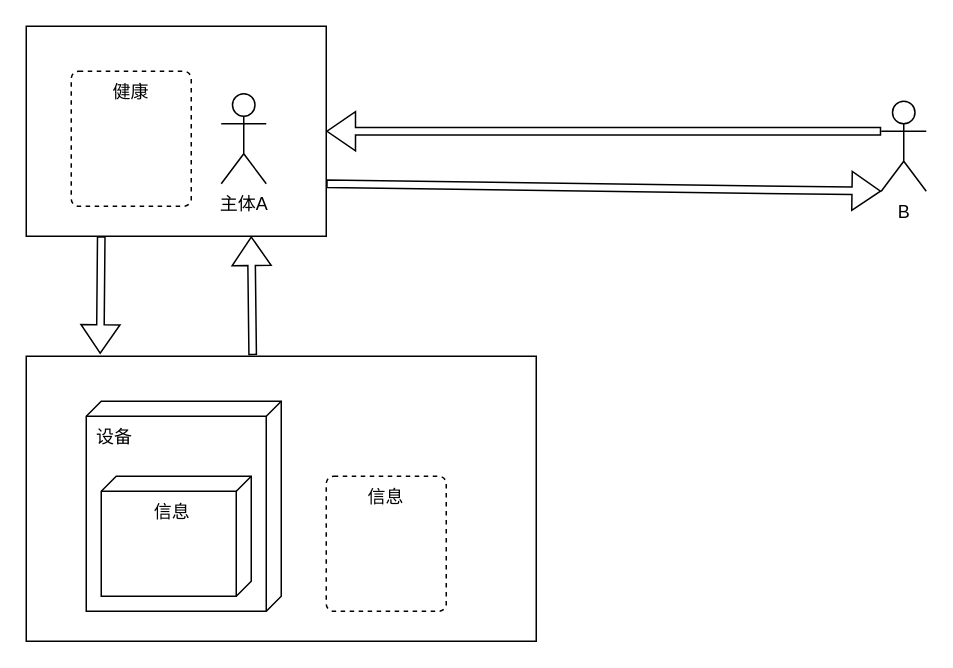
GreenTee-color/Documents keeps this draw.io diagram as DSL.drawio. Above is the earlier version. Source tidied: cells renumbered, new cells numbered last; positions are measured from the earlier drawing's top-left corner, leaving out a move shared by most shapes. Both pictures are drawn from the tidied source at 150%, with x=0, y=0 at pixel (26, 26).
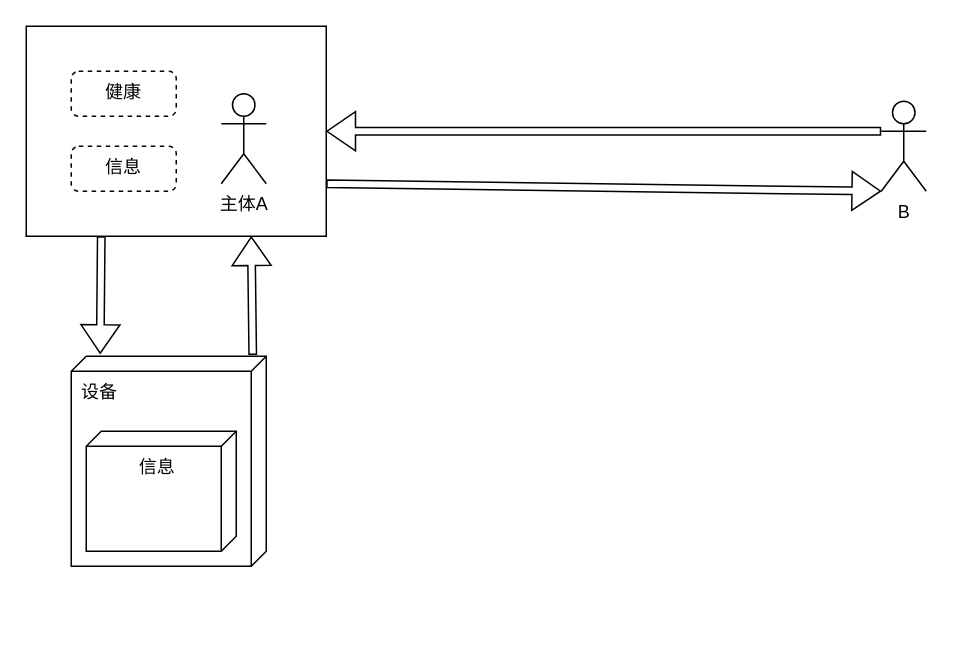
The same diagram, later.

Diff of the diagram source:
```diff
@@
 <mxGraphModel>
   <root>
     <mxCell id="0" />
     <mxCell id="1" parent="0" />
     <mxCell id="2" value="B" style="shape=umlActor;verticalLabelPosition=bottom;verticalAlign=top;html=1;" parent="1" vertex="1">
       <mxGeometry x="570" y="50" width="30" height="60" as="geometry" />
     </mxCell>
-    <mxCell id="3" style="group;" parent="1" vertex="1">
-      <mxGeometry y="220" width="340" height="190" as="geometry" />
-    </mxCell>
-    <mxCell id="4" style="rounded=0;whiteSpace=wrap;html=1;" parent="3" vertex="1">
-      <mxGeometry width="340" height="190" as="geometry" />
-    </mxCell>
-    <mxCell id="5" style="group;" parent="3" vertex="1">
-      <mxGeometry x="40" y="30" width="240" height="140" as="geometry" />
-    </mxCell>
-    <mxCell id="6" value="设备" style="verticalAlign=top;align=left;shape=cube;size=10;direction=south;fontStyle=0;html=1;boundedLbl=1;spacingLeft=5;whiteSpace=wrap;" parent="5" vertex="1">
-      <mxGeometry width="130" height="140" as="geometry" />
-    </mxCell>
-    <mxCell id="7" value="信息" style="verticalAlign=top;align=center;shape=cube;size=10;direction=south;html=1;boundedLbl=1;spacingLeft=5;whiteSpace=wrap;" parent="6" vertex="1">
-      <mxGeometry width="100" height="80" relative="1" as="geometry">
-        <mxPoint x="10" y="50" as="offset" />
-      </mxGeometry>
-    </mxCell>
-    <mxCell id="8" value="信息" style="html=1;align=center;verticalAlign=top;rounded=1;absoluteArcSize=1;arcSize=10;dashed=1;whiteSpace=wrap;" parent="5" vertex="1">
-      <mxGeometry x="160" y="50" width="80" height="90" as="geometry" />
-    </mxCell>
     <mxCell id="9" style="group;" parent="1" vertex="1">
       <mxGeometry width="200" height="140" as="geometry" />
     </mxCell>
     <mxCell id="10" style="rounded=0;whiteSpace=wrap;html=1;" parent="9" vertex="1">
       <mxGeometry width="200" height="140" as="geometry" />
     </mxCell>
     <mxCell id="11" style="group;" parent="9" vertex="1">
       <mxGeometry x="30" y="30" width="130" height="90" as="geometry" />
     </mxCell>
     <mxCell id="12" value="主体A" style="shape=umlActor;verticalLabelPosition=bottom;verticalAlign=top;html=1;" parent="11" vertex="1">
       <mxGeometry x="100" y="15" width="30" height="60" as="geometry" />
     </mxCell>
-    <mxCell id="13" value="健康" style="html=1;align=center;verticalAlign=top;rounded=1;absoluteArcSize=1;arcSize=10;dashed=1;whiteSpace=wrap;" parent="11" vertex="1">
-      <mxGeometry width="80" height="90" as="geometry" />
+    <mxCell id="13" value="健康" style="html=1;align=center;verticalAlign=top;rounded=1;absoluteArcSize=1;arcSize=10;dashed=1;whiteSpace=wrap;" parent="9" vertex="1">
+      <mxGeometry x="30" y="30" width="70" height="30" as="geometry" />
     </mxCell>
+    <mxCell id="8" value="信息" style="html=1;align=center;verticalAlign=top;rounded=1;absoluteArcSize=1;arcSize=10;dashed=1;whiteSpace=wrap;" parent="9" vertex="1">
+      <mxGeometry x="30" y="80" width="70" height="30" as="geometry" />
+    </mxCell>
-    <mxCell id="14" style="shape=flexArrow;endArrow=classic;html=1;rounded=0;exitX=0.25;exitY=1;exitDx=0;exitDy=0;entryX=0.145;entryY=-0.008;entryDx=0;entryDy=0;entryPerimeter=0;width=5;" parent="1" edge="1" source="10" target="4">
-      <mxGeometry relative="1" as="geometry" />
+    <mxCell id="14" style="shape=flexArrow;endArrow=classic;html=1;rounded=0;exitX=0.25;exitY=1;exitDx=0;exitDy=0;entryX=0.145;entryY=-0.008;entryDx=0;entryDy=0;entryPerimeter=0;width=5;" parent="1" edge="1" source="10">
+      <mxGeometry relative="1" as="geometry">
+        <mxPoint x="49.3" y="218.5" as="targetPoint" />
+      </mxGeometry>
     </mxCell>
-    <mxCell id="15" style="shape=flexArrow;endArrow=classic;html=1;rounded=0;entryX=0.75;entryY=1;entryDx=0;entryDy=0;width=5;exitX=0.444;exitY=-0.004;exitDx=0;exitDy=0;exitPerimeter=0;" parent="1" edge="1" source="4" target="10">
-      <mxGeometry relative="1" as="geometry" />
+    <mxCell id="15" style="shape=flexArrow;endArrow=classic;html=1;rounded=0;entryX=0.75;entryY=1;entryDx=0;entryDy=0;width=5;exitX=0.444;exitY=-0.004;exitDx=0;exitDy=0;exitPerimeter=0;" parent="1" edge="1" target="10">
+      <mxGeometry relative="1" as="geometry">
+        <mxPoint x="151" y="219.2" as="sourcePoint" />
+      </mxGeometry>
     </mxCell>
     <mxCell id="16" style="shape=flexArrow;endArrow=classic;html=1;rounded=0;entryX=1;entryY=0.5;entryDx=0;entryDy=0;exitX=0;exitY=0.3333333333333333;exitDx=0;exitDy=0;exitPerimeter=0;width=5;" parent="1" edge="1" source="2" target="10">
       <mxGeometry relative="1" as="geometry" />
     </mxCell>
     <mxCell id="17" style="shape=flexArrow;endArrow=classic;html=1;rounded=0;exitX=1;exitY=0.75;exitDx=0;exitDy=0;width=5;entryX=0;entryY=1;entryDx=0;entryDy=0;entryPerimeter=0;" parent="1" edge="1" source="10" target="2">
       <mxGeometry relative="1" as="geometry" />
     </mxCell>
+    <mxCell id="6" value="设备" style="verticalAlign=top;align=left;shape=cube;size=10;direction=south;fontStyle=0;html=1;boundedLbl=1;spacingLeft=5;whiteSpace=wrap;" parent="1" vertex="1">
+      <mxGeometry x="30" y="220" width="130" height="140" as="geometry" />
+    </mxCell>
+    <mxCell id="7" value="信息" style="verticalAlign=top;align=center;shape=cube;size=10;direction=south;html=1;boundedLbl=1;spacingLeft=5;whiteSpace=wrap;" parent="6" vertex="1">
+      <mxGeometry width="100" height="80" relative="1" as="geometry">
+        <mxPoint x="10" y="50" as="offset" />
+      </mxGeometry>
+    </mxCell>
   </root>
 </mxGraphModel>
```
